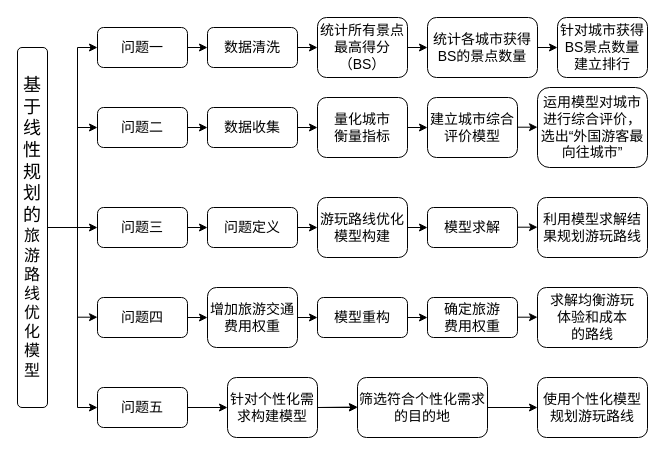
dp0qb/Repo4Drawio keeps this draw.io diagram as 未命名绘图.drawio. Above is the earlier version. Source tidied: cells renumbered, new cells numbered last; positions are measured from the earlier drawing's top-left corner, leaving out a move shared by most shapes. Both pictures are drawn from the tidied source at 100%, with x=0, y=0 at pixel (17, 17).
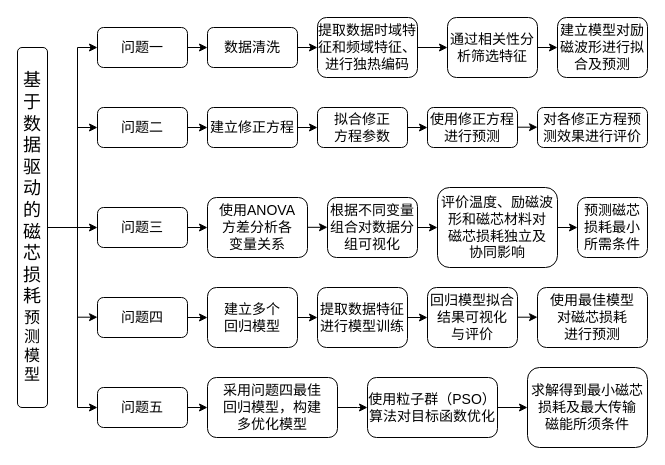
Above is the later version.

Commit message:
更新未命名绘图.drawio

The edit, as a diff of the source:
```diff
@@
-    <mxCell id="2" value="&lt;font style=&quot;font-size: 18px;&quot;&gt;基于线性规划的&lt;/font&gt;&lt;span style=&quot;font-size: medium; background-color: initial;&quot;&gt;旅游路线优化模型&lt;/span&gt;" style="rounded=1;whiteSpace=wrap;html=1;" parent="1" vertex="1">
+    <mxCell id="2" value="&lt;font style=&quot;font-size: 18px;&quot;&gt;基于数据驱动的磁芯损耗&lt;/font&gt;&lt;font size=&quot;3&quot; style=&quot;&quot;&gt;预测模型&lt;/font&gt;" style="rounded=1;whiteSpace=wrap;html=1;" parent="1" vertex="1">
       <mxGeometry y="30" width="30" height="360" as="geometry" />
     </mxCell>
@@
-    <mxCell id="18" value="&lt;font face=&quot;宋体&quot;&gt;&lt;span style=&quot;font-size: 14px;&quot;&gt;统计所有景点最高&lt;/span&gt;&lt;/font&gt;&lt;span style=&quot;font-size: 14px; font-family: 宋体; background-color: initial;&quot;&gt;得分（BS）&lt;/span&gt;" style="rounded=1;whiteSpace=wrap;html=1;" parent="1" vertex="1">
-      <mxGeometry x="300" width="90" height="60" as="geometry" />
+    <mxCell id="18" value="&lt;font face=&quot;宋体&quot;&gt;&lt;span style=&quot;font-size: 14px;&quot;&gt;提取数据时域特征和频域特征、进行独热编码&lt;/span&gt;&lt;/font&gt;" style="rounded=1;whiteSpace=wrap;html=1;" parent="1" vertex="1">
+      <mxGeometry x="300" width="100" height="60" as="geometry" />
     </mxCell>
-    <mxCell id="19" style="endArrow=classic;html=1;rounded=0;" parent="1" edge="1">
+    <mxCell id="19" style="endArrow=classic;html=1;rounded=0;entryX=0;entryY=0.5;entryDx=0;entryDy=0;" parent="1" edge="1" target="20">
       <mxGeometry relative="1" as="geometry">
-        <mxPoint x="390" y="30" as="sourcePoint" />
-        <mxPoint x="410" y="30" as="targetPoint" />
+        <mxPoint x="400" y="30" as="sourcePoint" />
       </mxGeometry>
     </mxCell>
-    <mxCell id="20" value="&lt;font face=&quot;宋体&quot;&gt;&lt;span style=&quot;font-size: 14px;&quot;&gt;统计各城市获得&lt;/span&gt;&lt;/font&gt;&lt;span style=&quot;font-size: 14px; font-family: 宋体; background-color: initial;&quot;&gt;BS的景点数量&lt;/span&gt;" style="rounded=1;whiteSpace=wrap;html=1;" parent="1" vertex="1">
-      <mxGeometry x="410" width="110" height="60" as="geometry" />
+    <mxCell id="20" value="&lt;font face=&quot;宋体&quot;&gt;&lt;span style=&quot;font-size: 14px;&quot;&gt;通过相关性分析筛选特征&lt;/span&gt;&lt;/font&gt;" style="rounded=1;whiteSpace=wrap;html=1;" parent="1" vertex="1">
+      <mxGeometry x="430" width="90" height="60" as="geometry" />
     </mxCell>
@@
-    <mxCell id="22" value="&lt;font face=&quot;宋体&quot;&gt;&lt;span style=&quot;font-size: 14px;&quot;&gt;针对城市获得BS景点数量&lt;/span&gt;&lt;/font&gt;&lt;div&gt;&lt;font face=&quot;宋体&quot;&gt;&lt;span style=&quot;font-size: 14px;&quot;&gt;建立排行&lt;/span&gt;&lt;/font&gt;&lt;/div&gt;" style="rounded=1;whiteSpace=wrap;html=1;" parent="1" vertex="1">
+    <mxCell id="22" value="&lt;font face=&quot;宋体&quot;&gt;&lt;span style=&quot;font-size: 14px;&quot;&gt;建立模型对励磁波形进行拟合及预测&lt;/span&gt;&lt;/font&gt;" style="rounded=1;whiteSpace=wrap;html=1;" parent="1" vertex="1">
       <mxGeometry x="540" width="90" height="60" as="geometry" />
     </mxCell>
@@
-    <mxCell id="24" value="&lt;font style=&quot;font-size: 14px;&quot; face=&quot;宋体&quot;&gt;数据收集&lt;/font&gt;" style="rounded=1;whiteSpace=wrap;html=1;" parent="1" vertex="1">
+    <mxCell id="24" value="&lt;font face=&quot;宋体&quot;&gt;&lt;span style=&quot;font-size: 14px;&quot;&gt;建立修正方程&lt;/span&gt;&lt;/font&gt;" style="rounded=1;whiteSpace=wrap;html=1;" parent="1" vertex="1">
       <mxGeometry x="190" y="90" width="90" height="40" as="geometry" />
     </mxCell>
@@
-    <mxCell id="26" value="&lt;font face=&quot;宋体&quot;&gt;&lt;span style=&quot;font-size: 14px;&quot;&gt;量化城市&lt;/span&gt;&lt;/font&gt;&lt;div&gt;&lt;font face=&quot;宋体&quot;&gt;&lt;span style=&quot;font-size: 14px;&quot;&gt;衡量指标&lt;/span&gt;&lt;/font&gt;&lt;/div&gt;" style="rounded=1;whiteSpace=wrap;html=1;" parent="1" vertex="1">
-      <mxGeometry x="300" y="80" width="90" height="60" as="geometry" />
+    <mxCell id="26" value="&lt;font face=&quot;宋体&quot;&gt;&lt;span style=&quot;font-size: 14px;&quot;&gt;拟合&lt;/span&gt;&lt;/font&gt;&lt;span style=&quot;font-family: 宋体; font-size: 14px;&quot;&gt;修正&lt;/span&gt;&lt;div&gt;&lt;span style=&quot;font-family: 宋体; font-size: 14px;&quot;&gt;方程参数&lt;/span&gt;&lt;/div&gt;" style="rounded=1;whiteSpace=wrap;html=1;" parent="1" vertex="1">
+      <mxGeometry x="300" y="90" width="90" height="40" as="geometry" />
     </mxCell>
@@
-    <mxCell id="28" value="&lt;font face=&quot;宋体&quot;&gt;&lt;span style=&quot;font-size: 14px;&quot;&gt;建立城市综合&lt;/span&gt;&lt;/font&gt;&lt;div&gt;&lt;font face=&quot;宋体&quot;&gt;&lt;span style=&quot;font-size: 14px;&quot;&gt;评价模型&lt;/span&gt;&lt;/font&gt;&lt;/div&gt;" style="rounded=1;whiteSpace=wrap;html=1;" parent="1" vertex="1">
-      <mxGeometry x="410" y="80" width="90" height="60" as="geometry" />
+    <mxCell id="28" value="&lt;font face=&quot;宋体&quot;&gt;&lt;span style=&quot;font-size: 14px;&quot;&gt;使用修正方程进行预测&lt;/span&gt;&lt;/font&gt;" style="rounded=1;whiteSpace=wrap;html=1;" parent="1" vertex="1">
+      <mxGeometry x="410" y="90" width="90" height="40" as="geometry" />
     </mxCell>
@@
-    <mxCell id="30" value="&lt;font face=&quot;宋体&quot;&gt;&lt;span style=&quot;font-size: 14px;&quot;&gt;运用模型对城市进行综合评价，选出“外国游客最向往城市”&lt;/span&gt;&lt;/font&gt;" style="rounded=1;whiteSpace=wrap;html=1;" parent="1" vertex="1">
-      <mxGeometry x="520" y="70" width="110" height="80" as="geometry" />
+    <mxCell id="30" value="&lt;font face=&quot;宋体&quot;&gt;&lt;span style=&quot;font-size: 14px;&quot;&gt;对各修正方程预测&lt;/span&gt;&lt;/font&gt;&lt;span style=&quot;font-size: 14px; font-family: 宋体; background-color: initial;&quot;&gt;效果进行评价&lt;/span&gt;" style="rounded=1;whiteSpace=wrap;html=1;" parent="1" vertex="1">
+      <mxGeometry x="520" y="90" width="110" height="40" as="geometry" />
     </mxCell>
@@
-    <mxCell id="32" value="&lt;font style=&quot;font-size: 14px;&quot; face=&quot;宋体&quot;&gt;问题定义&lt;/font&gt;" style="rounded=1;whiteSpace=wrap;html=1;" parent="1" vertex="1">
-      <mxGeometry x="190" y="190" width="90" height="40" as="geometry" />
+    <mxCell id="32" value="&lt;font face=&quot;宋体&quot;&gt;&lt;span style=&quot;font-size: 14px;&quot;&gt;使用ANOVA&lt;/span&gt;&lt;/font&gt;&lt;div&gt;&lt;font face=&quot;宋体&quot;&gt;&lt;span style=&quot;font-size: 14px;&quot;&gt;方差分析各&lt;/span&gt;&lt;/font&gt;&lt;/div&gt;&lt;div&gt;&lt;font face=&quot;宋体&quot;&gt;&lt;span style=&quot;font-size: 14px;&quot;&gt;变量关系&lt;/span&gt;&lt;/font&gt;&lt;/div&gt;" style="rounded=1;whiteSpace=wrap;html=1;" parent="1" vertex="1">
+      <mxGeometry x="190" y="180" width="100" height="60" as="geometry" />
     </mxCell>
     <mxCell id="33" style="endArrow=classic;html=1;rounded=0;" parent="1" edge="1">
       <mxGeometry relative="1" as="geometry">
-        <mxPoint x="280" y="210" as="sourcePoint" />
-        <mxPoint x="300" y="210" as="targetPoint" />
+        <mxPoint x="290" y="209.8" as="sourcePoint" />
+        <mxPoint x="310" y="209.8" as="targetPoint" />
       </mxGeometry>
     </mxCell>
-    <mxCell id="34" value="&lt;font face=&quot;宋体&quot;&gt;&lt;span style=&quot;font-size: 14px;&quot;&gt;游玩路线优化模型构建&lt;/span&gt;&lt;/font&gt;" style="rounded=1;whiteSpace=wrap;html=1;" parent="1" vertex="1">
-      <mxGeometry x="300" y="180" width="90" height="60" as="geometry" />
+    <mxCell id="34" value="&lt;font face=&quot;宋体&quot;&gt;&lt;span style=&quot;font-size: 14px;&quot;&gt;根据不同变量组合对数据分组可视化&lt;/span&gt;&lt;/font&gt;" style="rounded=1;whiteSpace=wrap;html=1;" parent="1" vertex="1">
+      <mxGeometry x="310" y="180" width="90" height="60" as="geometry" />
     </mxCell>
-    <mxCell id="35" style="endArrow=classic;html=1;rounded=0;" parent="1" edge="1">
+    <mxCell id="35" style="endArrow=classic;html=1;rounded=0;exitX=1;exitY=0.5;exitDx=0;exitDy=0;" parent="1" edge="1" source="34">
       <mxGeometry relative="1" as="geometry">
-        <mxPoint x="390" y="210" as="sourcePoint" />
-        <mxPoint x="410" y="210" as="targetPoint" />
+        <mxPoint x="420" y="210" as="targetPoint" />
       </mxGeometry>
     </mxCell>
-    <mxCell id="36" value="&lt;font face=&quot;宋体&quot;&gt;&lt;span style=&quot;font-size: 14px;&quot;&gt;模型求解&lt;/span&gt;&lt;/font&gt;" style="rounded=1;whiteSpace=wrap;html=1;" parent="1" vertex="1">
-      <mxGeometry x="410" y="190" width="90" height="40" as="geometry" />
-    </mxCell>
-    <mxCell id="37" style="endArrow=classic;html=1;rounded=0;" parent="1" edge="1">
-      <mxGeometry relative="1" as="geometry">
-        <mxPoint x="500" y="209.7" as="sourcePoint" />
-        <mxPoint x="520" y="209.7" as="targetPoint" />
-      </mxGeometry>
-    </mxCell>
-    <mxCell id="38" value="&lt;font face=&quot;宋体&quot;&gt;&lt;span style=&quot;font-size: 14px;&quot;&gt;利用模型求解结果规划游玩路线&lt;/span&gt;&lt;/font&gt;" style="rounded=1;whiteSpace=wrap;html=1;" parent="1" vertex="1">
-      <mxGeometry x="520" y="180" width="110" height="60" as="geometry" />
+    <mxCell id="38" value="&lt;font face=&quot;宋体&quot;&gt;&lt;span style=&quot;font-size: 14px;&quot;&gt;评价温度、励磁波形和磁芯材料对&lt;/span&gt;&lt;/font&gt;&lt;div&gt;&lt;font face=&quot;宋体&quot;&gt;&lt;span style=&quot;font-size: 14px;&quot;&gt;磁芯损耗独立及&lt;/span&gt;&lt;/font&gt;&lt;/div&gt;&lt;div&gt;&lt;font face=&quot;宋体&quot;&gt;&lt;span style=&quot;font-size: 14px;&quot;&gt;协同影响&lt;/span&gt;&lt;/font&gt;&lt;/div&gt;" style="rounded=1;whiteSpace=wrap;html=1;" parent="1" vertex="1">
+      <mxGeometry x="420" y="170" width="120" height="80" as="geometry" />
     </mxCell>
@@
-    <mxCell id="40" value="&lt;font style=&quot;font-size: 14px;&quot; face=&quot;宋体&quot;&gt;增加旅游交通费用&lt;/font&gt;&lt;span style=&quot;font-size: 14px; font-family: 宋体; background-color: initial;&quot;&gt;权重&lt;/span&gt;" style="rounded=1;whiteSpace=wrap;html=1;" parent="1" vertex="1">
+    <mxCell id="40" value="&lt;font face=&quot;宋体&quot;&gt;&lt;span style=&quot;font-size: 14px;&quot;&gt;建立多个&lt;/span&gt;&lt;/font&gt;&lt;div&gt;&lt;font face=&quot;宋体&quot;&gt;&lt;span style=&quot;font-size: 14px;&quot;&gt;回归模型&lt;/span&gt;&lt;/font&gt;&lt;/div&gt;" style="rounded=1;whiteSpace=wrap;html=1;" parent="1" vertex="1">
       <mxGeometry x="190" y="270" width="90" height="60" as="geometry" />
     </mxCell>
@@
-    <mxCell id="42" value="&lt;font face=&quot;宋体&quot;&gt;&lt;span style=&quot;font-size: 14px;&quot;&gt;模型重构&lt;/span&gt;&lt;/font&gt;" style="rounded=1;whiteSpace=wrap;html=1;" parent="1" vertex="1">
-      <mxGeometry x="300" y="280" width="90" height="40" as="geometry" />
+    <mxCell id="42" value="&lt;span style=&quot;font-size: 14px; font-family: 宋体; background-color: initial;&quot;&gt;提取数据特征进行模型训练&lt;/span&gt;" style="rounded=1;whiteSpace=wrap;html=1;" parent="1" vertex="1">
+      <mxGeometry x="300" y="270" width="90" height="60" as="geometry" />
     </mxCell>
@@
-    <mxCell id="44" value="&lt;font face=&quot;宋体&quot;&gt;&lt;span style=&quot;font-size: 14px;&quot;&gt;确定旅游&lt;/span&gt;&lt;/font&gt;&lt;div&gt;&lt;font face=&quot;宋体&quot;&gt;&lt;span style=&quot;font-size: 14px;&quot;&gt;费用权重&lt;/span&gt;&lt;/font&gt;&lt;/div&gt;" style="rounded=1;whiteSpace=wrap;html=1;" parent="1" vertex="1">
-      <mxGeometry x="410" y="280" width="90" height="40" as="geometry" />
+    <mxCell id="44" value="&lt;font face=&quot;宋体&quot;&gt;&lt;span style=&quot;font-size: 14px;&quot;&gt;回归模型拟合结果可视化&lt;/span&gt;&lt;/font&gt;&lt;div&gt;&lt;font face=&quot;宋体&quot;&gt;&lt;span style=&quot;font-size: 14px;&quot;&gt;与评价&lt;/span&gt;&lt;/font&gt;&lt;/div&gt;" style="rounded=1;whiteSpace=wrap;html=1;" parent="1" vertex="1">
+      <mxGeometry x="410" y="270" width="90" height="60" as="geometry" />
     </mxCell>
@@
-    <mxCell id="46" value="&lt;font face=&quot;宋体&quot;&gt;&lt;span style=&quot;font-size: 14px;&quot;&gt;求解均衡游玩&lt;/span&gt;&lt;/font&gt;&lt;div&gt;&lt;font face=&quot;宋体&quot;&gt;&lt;span style=&quot;font-size: 14px;&quot;&gt;体验和成本&lt;/span&gt;&lt;/font&gt;&lt;/div&gt;&lt;div&gt;&lt;font face=&quot;宋体&quot;&gt;&lt;span style=&quot;font-size: 14px;&quot;&gt;的路线&lt;/span&gt;&lt;/font&gt;&lt;/div&gt;" style="rounded=1;whiteSpace=wrap;html=1;" parent="1" vertex="1">
+    <mxCell id="46" value="&lt;font face=&quot;宋体&quot;&gt;&lt;span style=&quot;font-size: 14px;&quot;&gt;使用最佳模型&lt;/span&gt;&lt;/font&gt;&lt;div&gt;&lt;font face=&quot;宋体&quot;&gt;&lt;span style=&quot;font-size: 14px;&quot;&gt;对磁芯损耗&lt;/span&gt;&lt;/font&gt;&lt;/div&gt;&lt;div&gt;&lt;font face=&quot;宋体&quot;&gt;&lt;span style=&quot;font-size: 14px;&quot;&gt;进行预测&lt;/span&gt;&lt;/font&gt;&lt;/div&gt;" style="rounded=1;whiteSpace=wrap;html=1;" parent="1" vertex="1">
       <mxGeometry x="520" y="270" width="110" height="60" as="geometry" />
     </mxCell>
-    <mxCell id="47" style="endArrow=classic;html=1;rounded=0;entryX=0;entryY=0.5;entryDx=0;entryDy=0;" parent="1" edge="1" target="49">
+    <mxCell id="47" style="endArrow=classic;html=1;rounded=0;" parent="1" edge="1">
       <mxGeometry relative="1" as="geometry">
         <mxPoint x="170" y="390" as="sourcePoint" />
+        <mxPoint x="190" y="390" as="targetPoint" />
       </mxGeometry>
     </mxCell>
-    <mxCell id="48" style="edgeStyle=orthogonalEdgeStyle;rounded=0;jettySize=auto;html=1;" parent="1" edge="1" source="49" target="51">
-      <mxGeometry relative="1" as="geometry" />
+    <mxCell id="48" style="edgeStyle=orthogonalEdgeStyle;rounded=0;jettySize=auto;html=1;" parent="1" edge="1" source="49">
+      <mxGeometry relative="1" as="geometry">
+        <mxPoint x="350" y="390" as="targetPoint" />
+      </mxGeometry>
     </mxCell>
-    <mxCell id="49" value="&lt;font face=&quot;宋体&quot;&gt;&lt;span style=&quot;font-size: 14px;&quot;&gt;针对个性化需求构建模型&lt;/span&gt;&lt;/font&gt;" style="rounded=1;whiteSpace=wrap;html=1;" parent="1" vertex="1">
-      <mxGeometry x="210" y="360" width="90" height="60" as="geometry" />
+    <mxCell id="49" value="&lt;font face=&quot;宋体&quot;&gt;&lt;span style=&quot;font-size: 14px;&quot;&gt;采用问题四最佳&lt;/span&gt;&lt;/font&gt;&lt;div&gt;&lt;font face=&quot;宋体&quot;&gt;&lt;span style=&quot;font-size: 14px;&quot;&gt;回归模型，构建&lt;/span&gt;&lt;/font&gt;&lt;/div&gt;&lt;div&gt;&lt;font face=&quot;宋体&quot;&gt;&lt;span style=&quot;font-size: 14px;&quot;&gt;多&lt;/span&gt;&lt;/font&gt;&lt;font style=&quot;background-color: initial;&quot; face=&quot;宋体&quot;&gt;&lt;span style=&quot;font-size: 14px;&quot;&gt;优化&lt;/span&gt;&lt;/font&gt;&lt;span style=&quot;font-size: 14px; background-color: initial; font-family: 宋体;&quot;&gt;模型&lt;/span&gt;&lt;/div&gt;" style="rounded=1;whiteSpace=wrap;html=1;" parent="1" vertex="1">
+      <mxGeometry x="190" y="360" width="130" height="60" as="geometry" />
     </mxCell>
-    <mxCell id="50" style="endArrow=classic;html=1;rounded=0;" parent="1" edge="1">
-      <mxGeometry relative="1" as="geometry">
-        <mxPoint x="300" y="390" as="sourcePoint" />
-        <mxPoint x="340" y="389.5" as="targetPoint" />
-      </mxGeometry>
-    </mxCell>
-    <mxCell id="51" value="&lt;font face=&quot;宋体&quot;&gt;&lt;span style=&quot;font-size: 14px;&quot;&gt;筛选符合个性化需求的&lt;/span&gt;&lt;/font&gt;&lt;span style=&quot;font-size: 14px; font-family: 宋体; background-color: initial;&quot;&gt;目的地&lt;/span&gt;" style="rounded=1;whiteSpace=wrap;html=1;" parent="1" vertex="1">
-      <mxGeometry x="340" y="360" width="130" height="60" as="geometry" />
+    <mxCell id="51" value="&lt;font face=&quot;宋体&quot;&gt;&lt;span style=&quot;font-size: 14px;&quot;&gt;使用粒子群（PSO）算法对目标函数优化&lt;/span&gt;&lt;/font&gt;" style="rounded=1;whiteSpace=wrap;html=1;" parent="1" vertex="1">
+      <mxGeometry x="350" y="360" width="130" height="60" as="geometry" />
     </mxCell>
@@
-    <mxCell id="53" value="&lt;font face=&quot;宋体&quot;&gt;&lt;span style=&quot;font-size: 14px;&quot;&gt;使用个性化模型规划游玩路线&lt;/span&gt;&lt;/font&gt;" style="rounded=1;whiteSpace=wrap;html=1;" parent="1" vertex="1">
-      <mxGeometry x="520" y="360" width="110" height="60" as="geometry" />
+    <mxCell id="53" value="&lt;font face=&quot;宋体&quot;&gt;&lt;span style=&quot;font-size: 14px;&quot;&gt;求解得到最小磁芯损耗及最大传输&lt;/span&gt;&lt;/font&gt;&lt;div&gt;&lt;font face=&quot;宋体&quot;&gt;&lt;span style=&quot;font-size: 14px;&quot;&gt;磁能所须条件&lt;/span&gt;&lt;/font&gt;&lt;/div&gt;" style="rounded=1;whiteSpace=wrap;html=1;" parent="1" vertex="1">
+      <mxGeometry x="510" y="350" width="120" height="80" as="geometry" />
     </mxCell>
-    <mxCell id="54" style="endArrow=classic;html=1;rounded=0;exitX=1;exitY=0.5;exitDx=0;exitDy=0;entryX=0;entryY=0.5;entryDx=0;entryDy=0;" parent="1" edge="1" source="51" target="53">
-      <mxGeometry relative="1" as="geometry" />
+    <mxCell id="54" style="endArrow=classic;html=1;rounded=0;exitX=1;exitY=0.5;exitDx=0;exitDy=0;" parent="1" edge="1" source="51">
+      <mxGeometry relative="1" as="geometry">
+        <mxPoint x="510" y="390" as="targetPoint" />
+      </mxGeometry>
     </mxCell>
+    <mxCell id="55" value="&lt;span style=&quot;font-family: 宋体; font-size: 14px;&quot;&gt;预测磁芯损耗最小所需条件&lt;/span&gt;" style="rounded=1;whiteSpace=wrap;html=1;" parent="1" vertex="1">
+      <mxGeometry x="560" y="180" width="70" height="60" as="geometry" />
+    </mxCell>
+    <mxCell id="56" style="endArrow=classic;html=1;rounded=0;" parent="1" edge="1">
+      <mxGeometry relative="1" as="geometry">
+        <mxPoint x="540" y="210" as="sourcePoint" />
+        <mxPoint x="560" y="210" as="targetPoint" />
+      </mxGeometry>
+    </mxCell>
```
